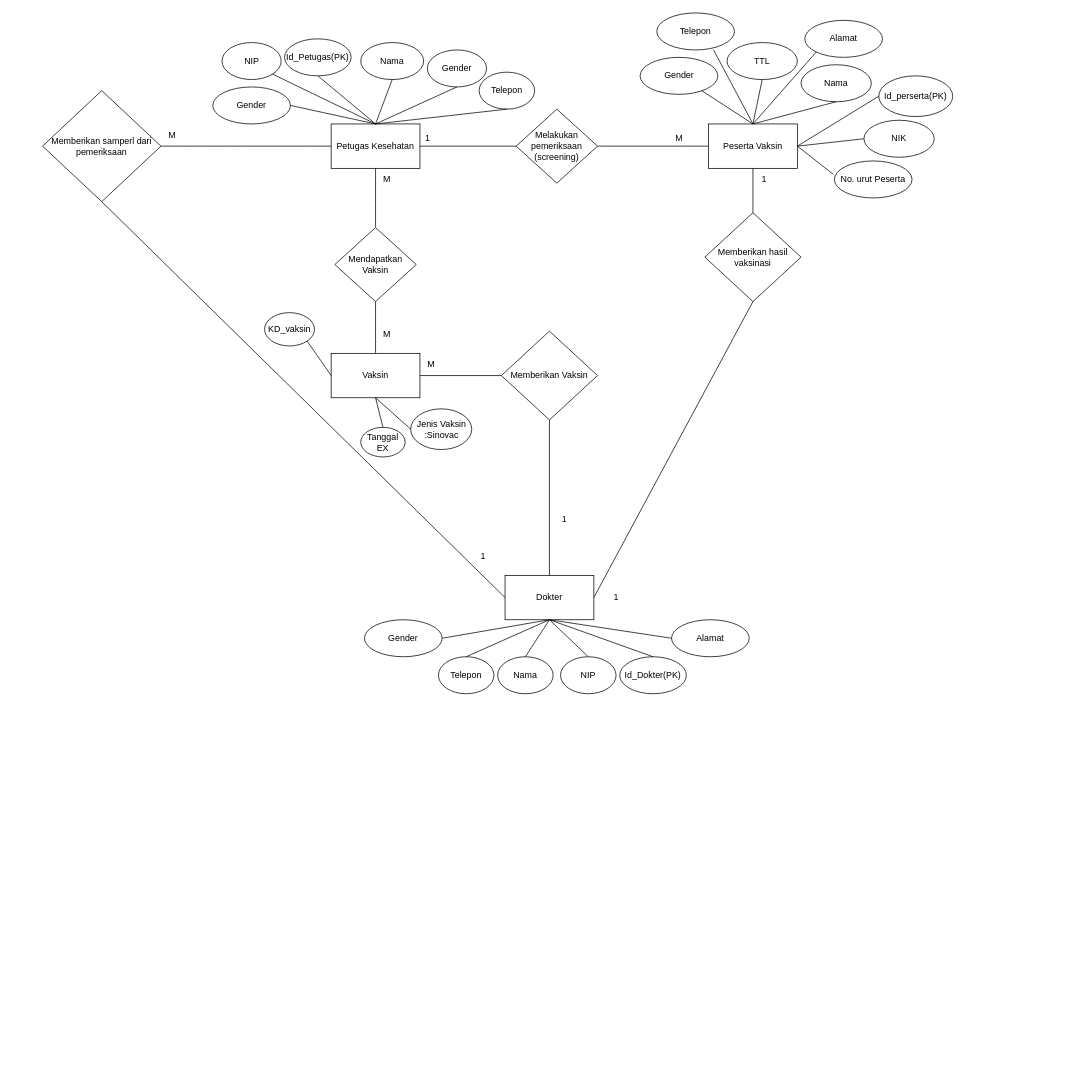
Before: ERDtugas.drawio in Malikdeensial/RekammedisRumahsehatXYZ, a draw.io diagram. Source tidied: cells renumbered, new cells numbered last; positions are measured from the earlier drawing's top-left corner, leaving out a move shared by most shapes. Both pictures are drawn from the tidied source at 74%, with x=0, y=0 at pixel (42, 13).
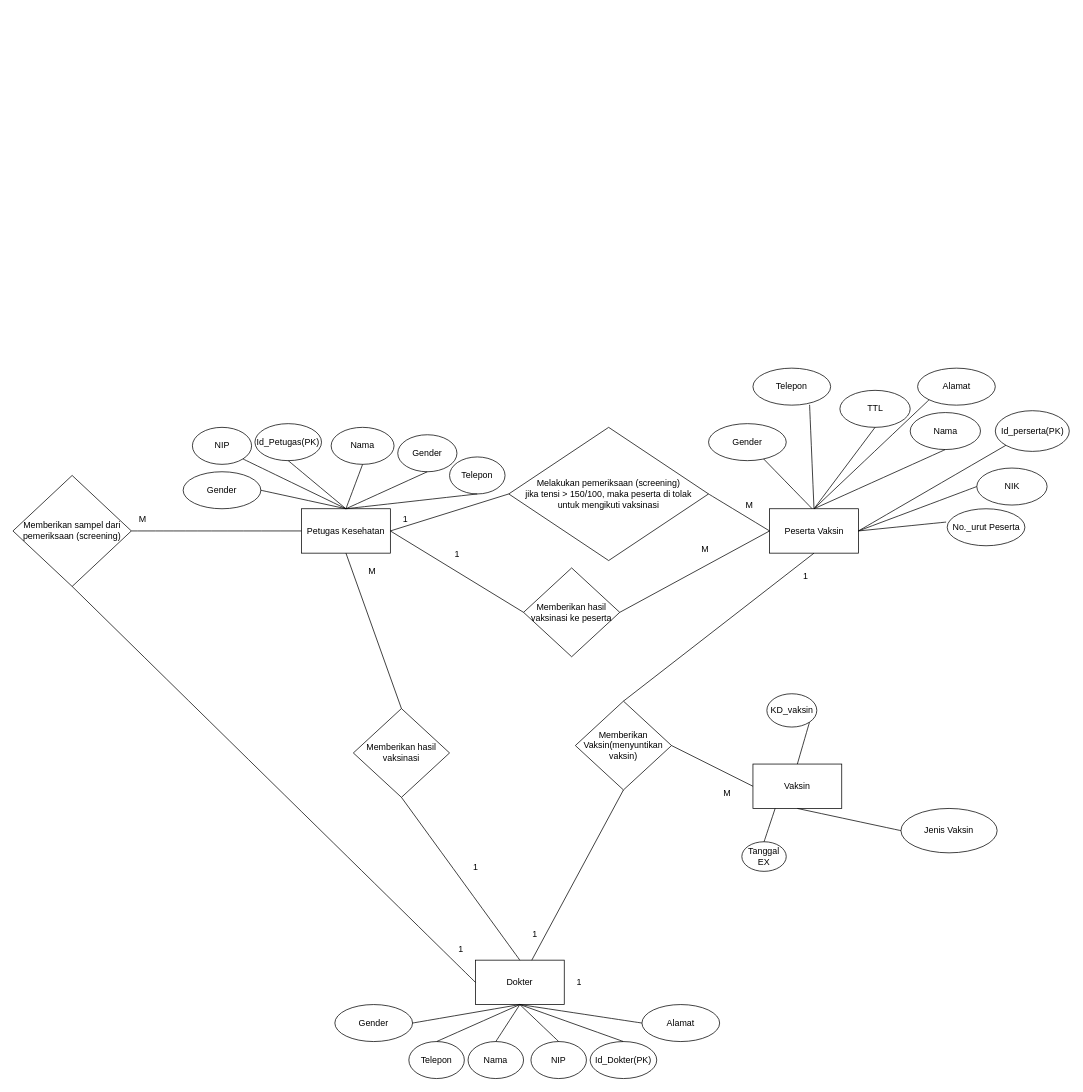
After the change.

Diff of the diagram source:
```diff
@@
     <mxCell id="2" value="Peserta Vaksin" style="rounded=0;whiteSpace=wrap;html=1;" parent="1" vertex="1">
-      <mxGeometry x="900" y="150" width="120" height="60" as="geometry" />
+      <mxGeometry x="982.5" y="670" width="120" height="60" as="geometry" />
     </mxCell>
     <mxCell id="3" value="Petugas Kesehatan" style="rounded=0;whiteSpace=wrap;html=1;" parent="1" vertex="1">
-      <mxGeometry x="390" y="150" width="120" height="60" as="geometry" />
+      <mxGeometry x="350" y="670" width="120" height="60" as="geometry" />
     </mxCell>
     <mxCell id="4" value="Dokter" style="rounded=0;whiteSpace=wrap;html=1;" parent="1" vertex="1">
-      <mxGeometry x="625" y="760" width="120" height="60" as="geometry" />
+      <mxGeometry x="585" y="1280" width="120" height="60" as="geometry" />
     </mxCell>
     <mxCell id="5" value="Vaksin" style="rounded=0;whiteSpace=wrap;html=1;" parent="1" vertex="1">
-      <mxGeometry x="390" y="460" width="120" height="60" as="geometry" />
+      <mxGeometry x="960" y="1015" width="120" height="60" as="geometry" />
     </mxCell>
-    <mxCell id="6" value="Melakukan pemeriksaan (screening)" style="rhombus;whiteSpace=wrap;html=1;" parent="1" vertex="1">
-      <mxGeometry x="640" y="130" width="110" height="100" as="geometry" />
-    </mxCell>
-    <mxCell id="7" style="endArrow=none;html=1;rounded=0;exitX=1;exitY=0.5;exitDx=0;exitDy=0;entryX=0;entryY=0.5;entryDx=0;entryDy=0;" parent="1" edge="1" source="3" target="6">
-      <mxGeometry relative="1" as="geometry" />
-    </mxCell>
-    <mxCell id="8" style="endArrow=none;html=1;strokeColor=default;curved=1;exitX=1;exitY=0.5;exitDx=0;exitDy=0;entryX=0;entryY=0.5;entryDx=0;entryDy=0;" parent="1" edge="1" source="6" target="2">
-      <mxGeometry relative="1" as="geometry" />
-    </mxCell>
-    <mxCell id="9" value="1" style="text;html=1;align=center;verticalAlign=middle;strokeColor=none;fillColor=none;" parent="1" vertex="1">
-      <mxGeometry x="505" y="155" width="30" height="30" as="geometry" />
-    </mxCell>
-    <mxCell id="10" value="M" style="text;html=1;align=center;verticalAlign=middle;strokeColor=none;fillColor=none;" parent="1" vertex="1">
-      <mxGeometry x="845" y="155" width="30" height="30" as="geometry" />
-    </mxCell>
-    <mxCell id="11" value="Mendapatkan Vaksin" style="rhombus;whiteSpace=wrap;html=1;" parent="1" vertex="1">
-      <mxGeometry x="395" y="290" width="110" height="100" as="geometry" />
-    </mxCell>
-    <mxCell id="12" style="endArrow=none;html=1;strokeColor=default;curved=1;entryX=0.5;entryY=1;entryDx=0;entryDy=0;exitX=0.5;exitY=0;exitDx=0;exitDy=0;" parent="1" edge="1" source="5" target="11">
-      <mxGeometry relative="1" as="geometry" />
-    </mxCell>
-    <mxCell id="13" style="endArrow=none;html=1;strokeColor=default;curved=1;exitX=0.5;exitY=0;exitDx=0;exitDy=0;entryX=0.5;entryY=1;entryDx=0;entryDy=0;" parent="1" edge="1" source="11" target="3">
-      <mxGeometry relative="1" as="geometry" />
-    </mxCell>
-    <mxCell id="14" value="M" style="text;html=1;align=center;verticalAlign=middle;strokeColor=none;fillColor=none;" parent="1" vertex="1">
-      <mxGeometry x="450" y="210" width="30" height="30" as="geometry" />
-    </mxCell>
-    <mxCell id="15" value="M" style="text;html=1;align=center;verticalAlign=middle;strokeColor=none;fillColor=none;" parent="1" vertex="1">
-      <mxGeometry x="450" y="420" width="30" height="30" as="geometry" />
-    </mxCell>
-    <mxCell id="16" value="Memberikan Vaksin" style="rhombus;whiteSpace=wrap;html=1;" parent="1" vertex="1">
-      <mxGeometry x="620" y="430" width="130" height="120" as="geometry" />
+    <mxCell id="16" value="Memberikan Vaksin(menyuntikan vaksin)" style="rhombus;whiteSpace=wrap;html=1;" parent="1" vertex="1">
+      <mxGeometry x="720" y="930" width="130" height="120" as="geometry" />
     </mxCell>
-    <mxCell id="17" style="endArrow=none;html=1;rounded=0;exitX=1;exitY=0.5;exitDx=0;exitDy=0;entryX=0;entryY=0.5;entryDx=0;entryDy=0;" parent="1" edge="1" source="5" target="16">
+    <mxCell id="17" style="endArrow=none;html=1;rounded=0;exitX=1;exitY=0.5;exitDx=0;exitDy=0;entryX=0;entryY=0.5;entryDx=0;entryDy=0;" parent="1" edge="1" source="16" target="5">
       <mxGeometry relative="1" as="geometry" />
     </mxCell>
@@
     <mxCell id="19" value="M" style="text;html=1;align=center;verticalAlign=middle;strokeColor=none;fillColor=none;" parent="1" vertex="1">
-      <mxGeometry x="510" y="460" width="30" height="30" as="geometry" />
+      <mxGeometry x="910" y="1040" width="30" height="30" as="geometry" />
     </mxCell>
     <mxCell id="20" value="1" style="text;html=1;align=center;verticalAlign=middle;strokeColor=none;fillColor=none;" parent="1" vertex="1">
-      <mxGeometry x="690" y="670" width="30" height="30" as="geometry" />
+      <mxGeometry x="650" y="1230" width="30" height="30" as="geometry" />
     </mxCell>
-    <mxCell id="21" value="Memberikan hasil vaksinasi" style="rhombus;whiteSpace=wrap;html=1;" parent="1" vertex="1">
-      <mxGeometry x="895" y="270" width="130" height="120" as="geometry" />
-    </mxCell>
-    <mxCell id="22" style="endArrow=none;html=1;strokeColor=default;curved=1;entryX=0.5;entryY=1;entryDx=0;entryDy=0;" parent="1" edge="1" source="21" target="2">
-      <mxGeometry relative="1" as="geometry" />
-    </mxCell>
@@
-    <mxCell id="24" value="Memberikan samperl dari pemeriksaan" style="rhombus;whiteSpace=wrap;html=1;" parent="1" vertex="1">
-      <mxGeometry y="105" width="160" height="150" as="geometry" />
+    <mxCell id="24" value="Memberikan sampel dari pemeriksaan (screening)" style="rhombus;whiteSpace=wrap;html=1;" parent="1" vertex="1">
+      <mxGeometry x="-40" y="625" width="160" height="150" as="geometry" />
     </mxCell>
@@
-    <mxCell id="26" style="endArrow=none;html=1;strokeColor=default;curved=1;exitX=1;exitY=0.5;exitDx=0;exitDy=0;entryX=0.5;entryY=1;entryDx=0;entryDy=0;" parent="1" edge="1" source="4" target="21">
-      <mxGeometry relative="1" as="geometry" />
-    </mxCell>
-    <mxCell id="27" value="1" style="text;html=1;align=center;verticalAlign=middle;strokeColor=none;fillColor=none;" parent="1" vertex="1">
-      <mxGeometry x="960" y="210" width="30" height="30" as="geometry" />
-    </mxCell>
     <mxCell id="28" value="1" style="text;html=1;align=center;verticalAlign=middle;strokeColor=none;fillColor=none;" parent="1" vertex="1">
-      <mxGeometry x="760" y="775" width="30" height="30" as="geometry" />
+      <mxGeometry x="710" y="1295" width="30" height="30" as="geometry" />
     </mxCell>
     <mxCell id="29" value="1" style="text;html=1;align=center;verticalAlign=middle;strokeColor=none;fillColor=none;" parent="1" vertex="1">
-      <mxGeometry x="580" y="720" width="30" height="30" as="geometry" />
+      <mxGeometry x="550" y="1250" width="30" height="30" as="geometry" />
     </mxCell>
     <mxCell id="30" value="M" style="text;html=1;align=center;verticalAlign=middle;strokeColor=none;fillColor=none;" parent="1" vertex="1">
-      <mxGeometry x="160" y="150" width="30" height="30" as="geometry" />
+      <mxGeometry x="120" y="670" width="30" height="30" as="geometry" />
     </mxCell>
     <mxCell id="31" value="Nama" style="ellipse;whiteSpace=wrap;html=1;" parent="1" vertex="1">
-      <mxGeometry x="1025" y="70" width="95" height="50" as="geometry" />
+      <mxGeometry x="1172.5" y="540" width="95" height="50" as="geometry" />
     </mxCell>
     <mxCell id="32" value="NIK" style="ellipse;whiteSpace=wrap;html=1;" parent="1" vertex="1">
-      <mxGeometry x="1110" y="145" width="95" height="50" as="geometry" />
+      <mxGeometry x="1262.5" y="615" width="95" height="50" as="geometry" />
     </mxCell>
     <mxCell id="33" value="TTL" style="ellipse;whiteSpace=wrap;html=1;" parent="1" vertex="1">
-      <mxGeometry x="925" y="40" width="95" height="50" as="geometry" />
+      <mxGeometry x="1077.5" y="510" width="95" height="50" as="geometry" />
     </mxCell>
-    <mxCell id="34" value="No. urut Peserta" style="ellipse;whiteSpace=wrap;html=1;" parent="1" vertex="1">
-      <mxGeometry x="1070" y="200" width="105" height="50" as="geometry" />
+    <mxCell id="34" value="No._urut Peserta" style="ellipse;whiteSpace=wrap;html=1;" parent="1" vertex="1">
+      <mxGeometry x="1222.5" y="670" width="105" height="50" as="geometry" />
     </mxCell>
     <mxCell id="35" value="Gender" style="ellipse;whiteSpace=wrap;html=1;" parent="1" vertex="1">
-      <mxGeometry x="807.5" y="60" width="105" height="50" as="geometry" />
+      <mxGeometry x="900" y="555" width="105" height="50" as="geometry" />
     </mxCell>
     <mxCell id="36" value="Telepon" style="ellipse;whiteSpace=wrap;html=1;" parent="1" vertex="1">
-      <mxGeometry x="830" width="105" height="50" as="geometry" />
+      <mxGeometry x="960" y="480" width="105" height="50" as="geometry" />
     </mxCell>
     <mxCell id="37" value="Alamat" style="ellipse;whiteSpace=wrap;html=1;" parent="1" vertex="1">
-      <mxGeometry x="1030" y="10" width="105" height="50" as="geometry" />
+      <mxGeometry x="1182.5" y="480" width="105" height="50" as="geometry" />
     </mxCell>
@@
     <mxCell id="39" style="endArrow=none;html=1;strokeColor=default;curved=1;" parent="1" edge="1" target="35">
       <mxGeometry relative="1" as="geometry">
-        <mxPoint x="960" y="150" as="sourcePoint" />
+        <mxPoint x="1040" y="670" as="sourcePoint" />
       </mxGeometry>
     </mxCell>
-    <mxCell id="40" style="endArrow=none;html=1;strokeColor=default;curved=1;entryX=0.5;entryY=1;entryDx=0;entryDy=0;" parent="1" edge="1" target="33">
-      <mxGeometry relative="1" as="geometry">
-        <mxPoint x="960" y="150" as="sourcePoint" />
-      </mxGeometry>
+    <mxCell id="40" style="endArrow=none;html=1;strokeColor=default;curved=1;entryX=0.5;entryY=1;entryDx=0;entryDy=0;exitX=0.5;exitY=0;exitDx=0;exitDy=0;" parent="1" edge="1" source="2" target="33">
+      <mxGeometry relative="1" as="geometry" />
     </mxCell>
-    <mxCell id="41" style="endArrow=none;html=1;strokeColor=default;curved=1;exitX=0;exitY=1;exitDx=0;exitDy=0;" parent="1" edge="1" source="37">
-      <mxGeometry relative="1" as="geometry">
-        <mxPoint x="960" y="150" as="targetPoint" />
-      </mxGeometry>
+    <mxCell id="41" style="endArrow=none;html=1;strokeColor=default;curved=1;exitX=0;exitY=1;exitDx=0;exitDy=0;entryX=0.5;entryY=0;entryDx=0;entryDy=0;" parent="1" edge="1" source="37" target="2">
+      <mxGeometry relative="1" as="geometry" />
     </mxCell>
-    <mxCell id="42" style="endArrow=none;html=1;strokeColor=default;curved=1;exitX=0.5;exitY=1;exitDx=0;exitDy=0;" parent="1" edge="1" source="31">
-      <mxGeometry relative="1" as="geometry">
-        <mxPoint x="960" y="150" as="targetPoint" />
-      </mxGeometry>
+    <mxCell id="42" style="endArrow=none;html=1;strokeColor=default;curved=1;exitX=0.5;exitY=1;exitDx=0;exitDy=0;entryX=0.5;entryY=0;entryDx=0;entryDy=0;" parent="1" edge="1" source="31" target="2">
+      <mxGeometry relative="1" as="geometry" />
     </mxCell>
@@
     <mxCell id="45" value="NIP" style="ellipse;whiteSpace=wrap;html=1;" parent="1" vertex="1">
-      <mxGeometry x="700" y="870" width="75" height="50" as="geometry" />
+      <mxGeometry x="660" y="1390" width="75" height="50" as="geometry" />
     </mxCell>
     <mxCell id="46" value="Nama" style="ellipse;whiteSpace=wrap;html=1;" parent="1" vertex="1">
-      <mxGeometry x="615" y="870" width="75" height="50" as="geometry" />
+      <mxGeometry x="575" y="1390" width="75" height="50" as="geometry" />
     </mxCell>
     <mxCell id="47" value="Telepon" style="ellipse;whiteSpace=wrap;html=1;" parent="1" vertex="1">
-      <mxGeometry x="535" y="870" width="75" height="50" as="geometry" />
+      <mxGeometry x="495" y="1390" width="75" height="50" as="geometry" />
     </mxCell>
     <mxCell id="48" value="Id_perserta(PK)" style="ellipse;whiteSpace=wrap;html=1;" parent="1" vertex="1">
-      <mxGeometry x="1130" y="85" width="100" height="55" as="geometry" />
+      <mxGeometry x="1287.5" y="537.5" width="100" height="55" as="geometry" />
     </mxCell>
-    <mxCell id="49" style="endArrow=none;html=1;strokeColor=default;curved=1;exitX=1;exitY=0.5;exitDx=0;exitDy=0;entryX=0;entryY=0.5;entryDx=0;entryDy=0;" parent="1" edge="1" source="2" target="48">
+    <mxCell id="49" style="endArrow=none;html=1;strokeColor=default;curved=1;exitX=1;exitY=0.5;exitDx=0;exitDy=0;entryX=0;entryY=1;entryDx=0;entryDy=0;" parent="1" edge="1" source="2" target="48">
       <mxGeometry relative="1" as="geometry" />
     </mxCell>
     <mxCell id="50" value="Id_Dokter(PK)" style="ellipse;whiteSpace=wrap;html=1;" parent="1" vertex="1">
-      <mxGeometry x="780" y="870" width="90" height="50" as="geometry" />
+      <mxGeometry x="740" y="1390" width="90" height="50" as="geometry" />
     </mxCell>
     <mxCell id="51" value="Gender" style="ellipse;whiteSpace=wrap;html=1;" parent="1" vertex="1">
-      <mxGeometry x="435" y="820" width="105" height="50" as="geometry" />
+      <mxGeometry x="395" y="1340" width="105" height="50" as="geometry" />
     </mxCell>
     <mxCell id="52" value="Alamat" style="ellipse;whiteSpace=wrap;html=1;" parent="1" vertex="1">
-      <mxGeometry x="850" y="820" width="105" height="50" as="geometry" />
+      <mxGeometry x="810" y="1340" width="105" height="50" as="geometry" />
     </mxCell>
@@
     <mxCell id="59" value="KD_vaksin" style="ellipse;whiteSpace=wrap;html=1;" parent="1" vertex="1">
-      <mxGeometry x="300" y="405" width="67.5" height="45" as="geometry" />
+      <mxGeometry x="978.8" y="920" width="67.5" height="45" as="geometry" />
     </mxCell>
-    <mxCell id="60" value="Jenis Vaksin :Sinovac" style="ellipse;whiteSpace=wrap;html=1;" parent="1" vertex="1">
-      <mxGeometry x="497.5" y="535" width="82.5" height="55" as="geometry" />
+    <mxCell id="60" value="Jenis Vaksin" style="ellipse;whiteSpace=wrap;html=1;" parent="1" vertex="1">
+      <mxGeometry x="1160" y="1075" width="130" height="60" as="geometry" />
     </mxCell>
-    <mxCell id="61" style="endArrow=none;html=1;strokeColor=default;curved=1;entryX=0.5;entryY=1;entryDx=0;entryDy=0;exitX=0;exitY=0.5;exitDx=0;exitDy=0;" parent="1" edge="1" source="60" target="5">
+    <mxCell id="61" style="endArrow=none;html=1;strokeColor=default;curved=1;exitX=0;exitY=0.5;exitDx=0;exitDy=0;entryX=0.5;entryY=1;entryDx=0;entryDy=0;" parent="1" edge="1" source="60" target="5">
       <mxGeometry relative="1" as="geometry" />
     </mxCell>
-    <mxCell id="62" style="endArrow=none;html=1;strokeColor=default;curved=1;exitX=1;exitY=1;exitDx=0;exitDy=0;entryX=0;entryY=0.5;entryDx=0;entryDy=0;" parent="1" edge="1" source="59" target="5">
+    <mxCell id="62" style="endArrow=none;html=1;strokeColor=default;curved=1;exitX=1;exitY=1;exitDx=0;exitDy=0;entryX=0.5;entryY=0;entryDx=0;entryDy=0;" parent="1" edge="1" source="59" target="5">
       <mxGeometry relative="1" as="geometry" />
     </mxCell>
     <mxCell id="63" value="Tanggal EX" style="ellipse;whiteSpace=wrap;html=1;" parent="1" vertex="1">
-      <mxGeometry x="430" y="560" width="60" height="40" as="geometry" />
+      <mxGeometry x="945" y="1120" width="60" height="40" as="geometry" />
     </mxCell>
-    <mxCell id="64" style="endArrow=none;html=1;strokeColor=default;curved=1;exitX=0.5;exitY=0;exitDx=0;exitDy=0;" parent="1" edge="1" source="63">
-      <mxGeometry relative="1" as="geometry">
-        <mxPoint x="450" y="520" as="targetPoint" />
-      </mxGeometry>
+    <mxCell id="64" style="endArrow=none;html=1;strokeColor=default;curved=1;exitX=0.5;exitY=0;exitDx=0;exitDy=0;entryX=0.25;entryY=1;entryDx=0;entryDy=0;" parent="1" edge="1" source="63" target="5">
+      <mxGeometry relative="1" as="geometry" />
     </mxCell>
     <mxCell id="65" value="NIP" style="ellipse;whiteSpace=wrap;html=1;" parent="1" vertex="1">
-      <mxGeometry x="242.5" y="40" width="80" height="50" as="geometry" />
+      <mxGeometry x="202.5" y="560" width="80" height="50" as="geometry" />
     </mxCell>
     <mxCell id="66" value="Id_Petugas(PK)" style="ellipse;whiteSpace=wrap;html=1;" parent="1" vertex="1">
-      <mxGeometry x="327" y="35" width="90" height="50" as="geometry" />
+      <mxGeometry x="287" y="555" width="90" height="50" as="geometry" />
     </mxCell>
     <mxCell id="67" value="Nama" style="ellipse;whiteSpace=wrap;html=1;" parent="1" vertex="1">
-      <mxGeometry x="430" y="40" width="85" height="50" as="geometry" />
+      <mxGeometry x="390" y="560" width="85" height="50" as="geometry" />
     </mxCell>
     <mxCell id="68" value="Gender" style="ellipse;whiteSpace=wrap;html=1;" parent="1" vertex="1">
-      <mxGeometry x="520" y="50" width="80" height="50" as="geometry" />
+      <mxGeometry x="480" y="570" width="80" height="50" as="geometry" />
     </mxCell>
     <mxCell id="69" value="Telepon" style="ellipse;whiteSpace=wrap;html=1;" parent="1" vertex="1">
-      <mxGeometry x="590" y="80" width="75" height="50" as="geometry" />
+      <mxGeometry x="550" y="600" width="75" height="50" as="geometry" />
     </mxCell>
     <mxCell id="70" value="Gender" style="ellipse;whiteSpace=wrap;html=1;" parent="1" vertex="1">
-      <mxGeometry x="230" y="100" width="105" height="50" as="geometry" />
+      <mxGeometry x="190" y="620" width="105" height="50" as="geometry" />
     </mxCell>
@@
     <mxCell id="73" style="endArrow=none;html=1;strokeColor=default;curved=1;exitX=0.5;exitY=1;exitDx=0;exitDy=0;" parent="1" edge="1" source="66">
       <mxGeometry relative="1" as="geometry">
-        <mxPoint x="450" y="150" as="targetPoint" />
+        <mxPoint x="410" y="670" as="targetPoint" />
       </mxGeometry>
     </mxCell>
     <mxCell id="74" style="endArrow=none;html=1;strokeColor=default;curved=1;entryX=0.5;entryY=1;entryDx=0;entryDy=0;" parent="1" edge="1" target="67">
       <mxGeometry relative="1" as="geometry">
-        <mxPoint x="450" y="150" as="sourcePoint" />
+        <mxPoint x="410" y="670" as="sourcePoint" />
       </mxGeometry>
     </mxCell>
@@
+    <mxCell id="77" value="Melakukan pemeriksaan (screening)&lt;br&gt;jika tensi &amp;gt; 150/100, maka peserta di tolak&lt;br&gt;untuk mengikuti vaksinasi" style="rhombus;whiteSpace=wrap;html=1;" parent="1" vertex="1">
+      <mxGeometry x="630" y="560" width="270" height="180" as="geometry" />
+    </mxCell>
+    <mxCell id="78" style="endArrow=none;html=1;rounded=0;entryX=0;entryY=0.5;entryDx=0;entryDy=0;exitX=1;exitY=0.5;exitDx=0;exitDy=0;" parent="1" edge="1" source="3" target="77">
+      <mxGeometry relative="1" as="geometry" />
+    </mxCell>
+    <mxCell id="79" style="endArrow=none;html=1;strokeColor=default;curved=1;exitX=1;exitY=0.5;exitDx=0;exitDy=0;entryX=0;entryY=0.5;entryDx=0;entryDy=0;" parent="1" edge="1" source="77" target="2">
+      <mxGeometry relative="1" as="geometry" />
+    </mxCell>
+    <mxCell id="80" value="1" style="text;html=1;align=center;verticalAlign=middle;strokeColor=none;fillColor=none;" parent="1" vertex="1">
+      <mxGeometry x="475" y="670" width="30" height="30" as="geometry" />
+    </mxCell>
+    <mxCell id="81" value="M" style="text;html=1;align=center;verticalAlign=middle;strokeColor=none;fillColor=none;" parent="1" vertex="1">
+      <mxGeometry x="940" y="650" width="30" height="30" as="geometry" />
+    </mxCell>
+    <mxCell id="82" style="endArrow=none;html=1;rounded=0;exitX=0.5;exitY=0;exitDx=0;exitDy=0;entryX=0.5;entryY=1;entryDx=0;entryDy=0;" parent="1" edge="1" source="16" target="2">
+      <mxGeometry relative="1" as="geometry" />
+    </mxCell>
+    <mxCell id="83" value="1" style="text;html=1;align=center;verticalAlign=middle;strokeColor=none;fillColor=none;" parent="1" vertex="1">
+      <mxGeometry x="1016.2" y="747" width="30" height="30" as="geometry" />
+    </mxCell>
+    <mxCell id="21" value="Memberikan hasil vaksinasi" style="rhombus;whiteSpace=wrap;html=1;" parent="1" vertex="1">
+      <mxGeometry x="420" y="940" width="130" height="120" as="geometry" />
+    </mxCell>
+    <mxCell id="26" style="endArrow=none;html=1;strokeColor=default;curved=1;exitX=0.5;exitY=0;exitDx=0;exitDy=0;entryX=0.5;entryY=1;entryDx=0;entryDy=0;" parent="1" edge="1" source="4" target="21">
+      <mxGeometry relative="1" as="geometry" />
+    </mxCell>
+    <mxCell id="84" style="endArrow=none;html=1;rounded=0;exitX=0.5;exitY=0;exitDx=0;exitDy=0;entryX=0.5;entryY=1;entryDx=0;entryDy=0;" parent="1" edge="1" source="21" target="3">
+      <mxGeometry relative="1" as="geometry" />
+    </mxCell>
+    <mxCell id="85" value="1" style="text;html=1;align=center;verticalAlign=middle;strokeColor=none;fillColor=none;" parent="1" vertex="1">
+      <mxGeometry x="570" y="1140" width="30" height="30" as="geometry" />
+    </mxCell>
+    <mxCell id="86" value="M" style="text;html=1;align=center;verticalAlign=middle;strokeColor=none;fillColor=none;" parent="1" vertex="1">
+      <mxGeometry x="430" y="740" width="30" height="30" as="geometry" />
+    </mxCell>
+    <mxCell id="87" value="Memberikan hasil vaksinasi ke peserta" style="rhombus;whiteSpace=wrap;html=1;" parent="1" vertex="1">
+      <mxGeometry x="650" y="750" width="130" height="120" as="geometry" />
+    </mxCell>
+    <mxCell id="88" style="endArrow=none;html=1;rounded=0;exitX=1;exitY=0.5;exitDx=0;exitDy=0;entryX=0;entryY=0.5;entryDx=0;entryDy=0;" parent="1" edge="1" source="3" target="87">
+      <mxGeometry relative="1" as="geometry" />
+    </mxCell>
+    <mxCell id="89" style="endArrow=none;html=1;rounded=0;entryX=0;entryY=0.5;entryDx=0;entryDy=0;exitX=1;exitY=0.5;exitDx=0;exitDy=0;" parent="1" edge="1" source="87" target="2">
+      <mxGeometry relative="1" as="geometry" />
+    </mxCell>
+    <mxCell id="90" value="M" style="text;html=1;align=center;verticalAlign=middle;strokeColor=none;fillColor=none;" parent="1" vertex="1">
+      <mxGeometry x="880" y="710" width="30" height="30" as="geometry" />
+    </mxCell>
+    <mxCell id="91" value="1" style="text;html=1;align=center;verticalAlign=middle;strokeColor=none;fillColor=none;" parent="1" vertex="1">
+      <mxGeometry x="545" y="717" width="30" height="30" as="geometry" />
+    </mxCell>
```
